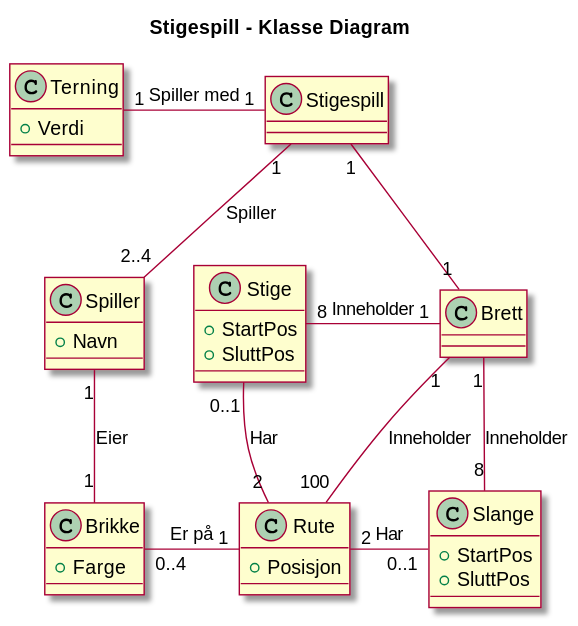
Above: Oblig1/Diagrammer/Klassediagram.svg in h598062/DAT109 (PlantUML), before the change. The source it was exported from:
```plantuml
@startuml Klassediagram

skin rose

title Stigespill - Klasse Diagram

class Stigespill{}
class Brett{}
class Rute{
	+Posisjon
}
class Slange{
	+StartPos
	+SluttPos
}
class Stige{
	+StartPos
	+SluttPos
}
class Spiller{
	+Navn
}
class Brikke{
	+Farge
}
class Terning{
	+Verdi
}

Brett "1" -down- "100" Rute: Inneholder
Brett "1" -right- "8" Slange: Inneholder
Brett "1" -left- "8" Stige: Inneholder
Rute "2" -right- "0..1" Slange: Har
Rute "2" -left- "0..1" Stige: Har
Stigespill "1" -down- "2..4" Spiller: Spiller
Stigespill "1" -down- "1" Brett
Stigespill "1" -left- "1" Terning: Spiller med
Spiller "1" -down- "1" Brikke: Eier
Brikke "0..4" -right- "1" Rute: Er på

@enduml
```
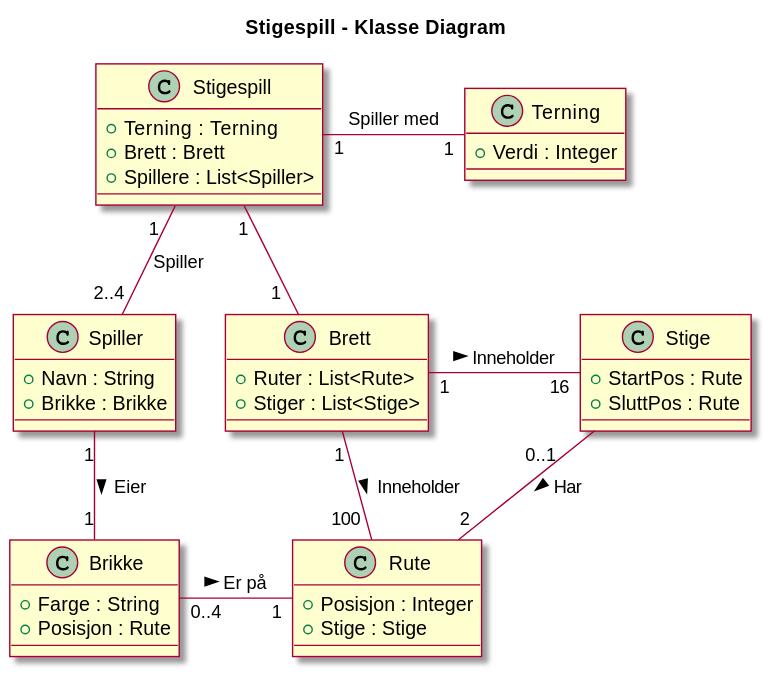
Above is the later version.

Change to the diagram source:
```diff
@@ -4,38 +4,42 @@
 
 title Stigespill - Klasse Diagram
 
-class Stigespill{}
-class Brett{}
+class Stigespill{
+	+Terning : Terning
+	+Brett : Brett
+	+Spillere : List<Spiller>
+}
+class Brett{
+	+Ruter : List<Rute>
+	+Stiger : List<Stige>
+}
 class Rute{
-	+Posisjon
-}
-class Slange{
-	+StartPos
-	+SluttPos
+	+Posisjon : Integer
+	+Stige : Stige
 }
 class Stige{
-	+StartPos
-	+SluttPos
+	+StartPos : Rute
+	+SluttPos : Rute
 }
 class Spiller{
-	+Navn
+	+Navn : String
+	+Brikke : Brikke
 }
 class Brikke{
-	+Farge
+	+Farge : String
+	+Posisjon : Rute
 }
 class Terning{
-	+Verdi
+	+Verdi : Integer
 }
 
-Brett "1" -down- "100" Rute: Inneholder
-Brett "1" -right- "8" Slange: Inneholder
-Brett "1" -left- "8" Stige: Inneholder
-Rute "2" -right- "0..1" Slange: Har
-Rute "2" -left- "0..1" Stige: Har
-Stigespill "1" -down- "2..4" Spiller: Spiller
-Stigespill "1" -down- "1" Brett
-Stigespill "1" -left- "1" Terning: Spiller med
-Spiller "1" -down- "1" Brikke: Eier
-Brikke "0..4" -right- "1" Rute: Er på
+Brett "1" -down- "100 " Rute: Inneholder >
+Brett "1   " -right- " 16" Stige: Inneholder >
+Stige "0..1    " -down- "2" Rute : Har >
+Stigespill "1  " -down- "2..4" Spiller: Spiller
+Stigespill "1" -down- "1  " Brett
+Stigespill "1   " -right- "   1" Terning: Spiller med
+Spiller "1" -down- "1" Brikke: Eier >
+Brikke "0..4" -right- "   1" Rute: Er på >
 
 @enduml
```
